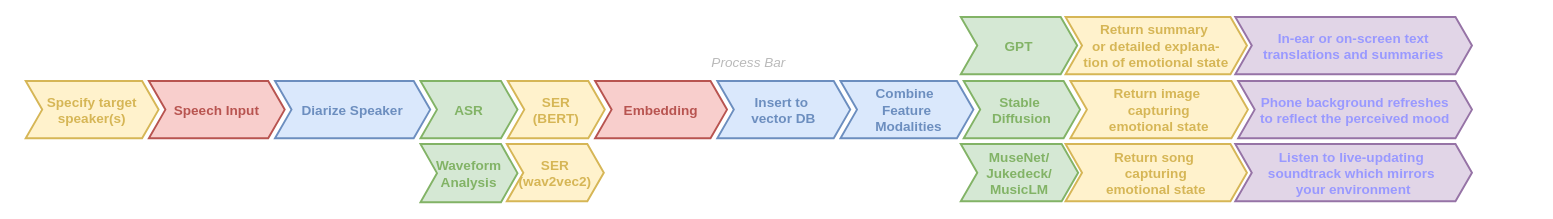
Before: concept.drawio in jackgray/voxemo, a draw.io diagram. Source tidied: cells renumbered, new cells numbered last; positions are measured from the earlier drawing's top-left corner, leaving out a move shared by most shapes. Both pictures are drawn from the tidied source at 97%, with x=0, y=0 at pixel (16, 16).
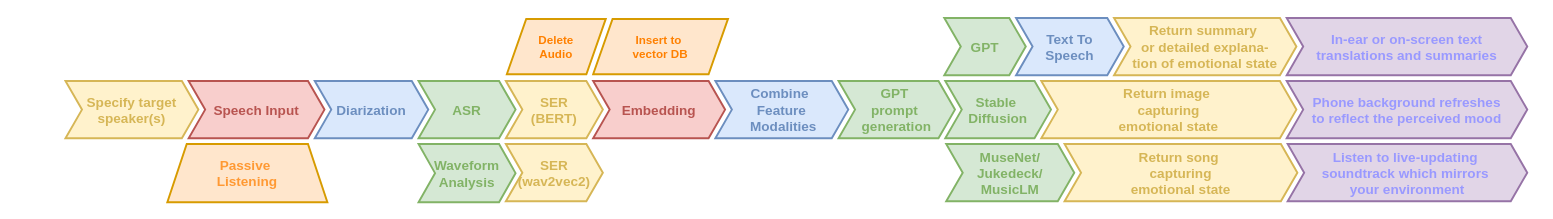
The same diagram, later.

Diff of the diagram source:
```diff
@@
-    <mxCell id="2" value="Process Bar" style="swimlane;fontStyle=2;horizontal=1;startSize=20;fillColor=none;swimlaneFillColor=none;strokeColor=none;fontFamily=Helvetica;fontSize=14;fontColor=#BABABA;verticalAlign=middle;stackBorder=10;" parent="1" vertex="1">
-      <mxGeometry y="36" width="1511" height="99" as="geometry" />
+    <mxCell id="2" style="swimlane;fontStyle=2;horizontal=1;startSize=20;fillColor=none;swimlaneFillColor=none;strokeColor=none;fontFamily=Helvetica;fontSize=14;fontColor=#BABABA;verticalAlign=middle;stackBorder=10;" parent="1" vertex="1">
+      <mxGeometry x="41" y="36" width="1527" height="99" as="geometry" />
     </mxCell>
@@
-    <mxCell id="5" value="Diarize Speaker" style="shape=step;perimeter=stepPerimeter;strokeColor=#6C8EBF;fontFamily=Helvetica;fontSize=14;fontColor=#6C8EBF;fillColor=#dae8fc;fixedSize=1;size=17;fontStyle=1;strokeWidth=2;spacingTop=0;" parent="2" vertex="1">
-      <mxGeometry x="267" y="30" width="160" height="59" as="geometry" />
+    <mxCell id="5" value="Diarization" style="shape=step;perimeter=stepPerimeter;strokeColor=#6C8EBF;fontFamily=Helvetica;fontSize=14;fontColor=#6C8EBF;fillColor=#dae8fc;fixedSize=1;size=17;fontStyle=1;strokeWidth=2;spacingTop=0;" parent="2" vertex="1">
+      <mxGeometry x="267" y="30" width="117" height="59" as="geometry" />
     </mxCell>
     <mxCell id="6" value="ASR" style="shape=step;perimeter=stepPerimeter;strokeColor=#82B366;fontFamily=Helvetica;fontSize=14;fontColor=#82B366;fillColor=#d5e8d4;fixedSize=1;size=17;fontStyle=1;strokeWidth=2;spacingTop=0;" parent="2" vertex="1">
-      <mxGeometry x="417" y="30" width="100" height="59" as="geometry" />
+      <mxGeometry x="374" y="30" width="100" height="59" as="geometry" />
     </mxCell>
     <mxCell id="7" value="SER&#10;(BERT)" style="shape=step;perimeter=stepPerimeter;strokeColor=#D6B656;fontFamily=Helvetica;fontSize=14;fontColor=#D6B656;fillColor=#fff2cc;fixedSize=1;size=17;fontStyle=1;strokeWidth=2;spacingTop=0;" parent="2" vertex="1">
-      <mxGeometry x="507" y="30" width="100" height="59" as="geometry" />
+      <mxGeometry x="464" y="30" width="100" height="59" as="geometry" />
     </mxCell>
     <mxCell id="8" value="Embedding" style="shape=step;perimeter=stepPerimeter;strokeColor=#B85450;fontFamily=Helvetica;fontSize=14;fontColor=#B85450;fillColor=#f8cecc;fixedSize=1;size=17;fontStyle=1;strokeWidth=2;spacingTop=0;" parent="2" vertex="1">
-      <mxGeometry x="597" y="30" width="136" height="59" as="geometry" />
+      <mxGeometry x="554" y="30" width="136" height="59" as="geometry" />
     </mxCell>
-    <mxCell id="9" value="Insert to &#10;vector DB" style="shape=step;perimeter=stepPerimeter;strokeColor=#6C8EBF;fontFamily=Helvetica;fontSize=14;fontColor=#6C8EBF;fillColor=#dae8fc;fixedSize=1;size=17;fontStyle=1;strokeWidth=2;spacingTop=0;" parent="2" vertex="1">
-      <mxGeometry x="723" y="30" width="137" height="59" as="geometry" />
-    </mxCell>
     <mxCell id="10" value="Combine &#10;Feature&#10; Modalities" style="shape=step;perimeter=stepPerimeter;strokeColor=#6C8EBF;fontFamily=Helvetica;fontSize=14;fontColor=#6C8EBF;fillColor=#dae8fc;fixedSize=1;size=17;fontStyle=1;strokeWidth=2;spacingTop=0;" parent="2" vertex="1">
-      <mxGeometry x="850" y="30" width="137" height="59" as="geometry" />
+      <mxGeometry x="680" y="30" width="137" height="59" as="geometry" />
     </mxCell>
+    <mxCell id="15" value="GPT &#10;prompt &#10;generation" style="shape=step;perimeter=stepPerimeter;strokeColor=#82B366;fontFamily=Helvetica;fontSize=14;fontColor=#82B366;fillColor=#d5e8d4;fixedSize=1;size=17;fontStyle=1;strokeWidth=2;spacingTop=0;" parent="2" vertex="1">
+      <mxGeometry x="807" y="30" width="120" height="59" as="geometry" />
+    </mxCell>
     <mxCell id="11" value="Stable &#10;Diffusion" style="shape=step;perimeter=stepPerimeter;strokeColor=#82B366;fontFamily=Helvetica;fontSize=14;fontColor=#82B366;fillColor=#d5e8d4;fixedSize=1;size=17;fontStyle=1;strokeWidth=2;spacingTop=0;" parent="2" vertex="1">
-      <mxGeometry x="977" y="30" width="120" height="59" as="geometry" />
+      <mxGeometry x="917" y="30" width="109" height="59" as="geometry" />
     </mxCell>
     <mxCell id="12" value="Return image &#10;capturing&#10;emotional state" style="shape=step;perimeter=stepPerimeter;strokeColor=#D6B656;fontFamily=Helvetica;fontSize=14;fontColor=#D6B656;fillColor=#fff2cc;fixedSize=1;size=17;fontStyle=1;strokeWidth=2;spacingTop=0;" parent="2" vertex="1">
-      <mxGeometry x="1087" y="30" width="183" height="59" as="geometry" />
+      <mxGeometry x="1016" y="30" width="263" height="59" as="geometry" />
     </mxCell>
     <mxCell id="13" value="Phone background refreshes&#10;to reflect the perceived mood" style="shape=step;perimeter=stepPerimeter;strokeColor=#9673a6;fontFamily=Helvetica;fontSize=14;fillColor=#e1d5e7;fixedSize=1;size=17;fontStyle=1;strokeWidth=2;spacingTop=0;fontColor=#9999FF;" parent="2" vertex="1">
-      <mxGeometry x="1260" y="30" width="241" height="59" as="geometry" />
+      <mxGeometry x="1269" y="30" width="248" height="59" as="geometry" />
     </mxCell>
     <mxCell id="14" value="Waveform&#10;Analysis" style="shape=step;perimeter=stepPerimeter;strokeColor=#82B366;fontFamily=Helvetica;fontSize=14;fontColor=#82B366;fillColor=#d5e8d4;fixedSize=1;size=17;fontStyle=1;strokeWidth=2;spacingTop=0;" parent="1" vertex="1">
-      <mxGeometry x="417" y="131" width="100" height="60" as="geometry" />
+      <mxGeometry x="415" y="131" width="100" height="60" as="geometry" />
     </mxCell>
-    <mxCell id="15" value="GPT" style="shape=step;perimeter=stepPerimeter;strokeColor=#82B366;fontFamily=Helvetica;fontSize=14;fontColor=#82B366;fillColor=#d5e8d4;fixedSize=1;size=17;fontStyle=1;strokeWidth=2;spacingTop=0;" parent="1" vertex="1">
-      <mxGeometry x="974" width="120" height="59" as="geometry" />
-    </mxCell>
     <mxCell id="16" value="MuseNet/&#10;Jukedeck/&#10;MusicLM" style="shape=step;perimeter=stepPerimeter;strokeColor=#82B366;fontFamily=Helvetica;fontSize=14;fontColor=#82B366;fillColor=#d5e8d4;fixedSize=1;size=17;fontStyle=1;strokeWidth=2;spacingTop=0;" parent="1" vertex="1">
-      <mxGeometry x="974" y="131" width="121" height="59" as="geometry" />
+      <mxGeometry x="959" y="131" width="132" height="59" as="geometry" />
     </mxCell>
     <mxCell id="17" value="Return summary &#10;or detailed explana-&#10;tion of emotional state" style="shape=step;perimeter=stepPerimeter;strokeColor=#D6B656;fontFamily=Helvetica;fontSize=14;fontColor=#D6B656;fillColor=#fff2cc;fixedSize=1;size=17;fontStyle=1;strokeWidth=2;spacingTop=0;" parent="1" vertex="1">
-      <mxGeometry x="1082" width="187" height="59" as="geometry" />
+      <mxGeometry x="1132" y="1" width="188" height="59" as="geometry" />
     </mxCell>
     <mxCell id="18" value="Return song &#10;capturing&#10;emotional state" style="shape=step;perimeter=stepPerimeter;strokeColor=#D6B656;fontFamily=Helvetica;fontSize=14;fontColor=#D6B656;fillColor=#fff2cc;fixedSize=1;size=17;fontStyle=1;strokeWidth=2;spacingTop=0;" parent="1" vertex="1">
-      <mxGeometry x="1082" y="131" width="187" height="59" as="geometry" />
+      <mxGeometry x="1081" y="131" width="240" height="59" as="geometry" />
     </mxCell>
     <mxCell id="19" value="Listen to live-updating &#10;soundtrack which mirrors &#10;your environment" style="shape=step;perimeter=stepPerimeter;strokeColor=#9673a6;fontFamily=Helvetica;fontSize=14;fillColor=#e1d5e7;fixedSize=1;size=17;fontStyle=1;strokeWidth=2;spacingTop=0;fontColor=#9999FF;" parent="1" vertex="1">
-      <mxGeometry x="1257" y="131" width="244" height="59" as="geometry" />
+      <mxGeometry x="1311" y="131" width="247" height="59" as="geometry" />
     </mxCell>
     <mxCell id="20" value="In-ear or on-screen text&#10;translations and summaries" style="shape=step;perimeter=stepPerimeter;strokeColor=#9673a6;fontFamily=Helvetica;fontSize=14;fillColor=#e1d5e7;fixedSize=1;size=17;fontStyle=1;strokeWidth=2;spacingTop=0;fontColor=#9999FF;" parent="1" vertex="1">
-      <mxGeometry x="1257" width="244" height="59" as="geometry" />
+      <mxGeometry x="1310" y="1" width="248" height="59" as="geometry" />
     </mxCell>
     <mxCell id="21" value="SER&#10;(wav2vec2)" style="shape=step;perimeter=stepPerimeter;strokeColor=#D6B656;fontFamily=Helvetica;fontSize=14;fontColor=#D6B656;fillColor=#fff2cc;fixedSize=1;size=17;fontStyle=1;strokeWidth=2;spacingTop=0;" parent="1" vertex="1">
-      <mxGeometry x="506" y="131" width="100" height="59" as="geometry" />
+      <mxGeometry x="505" y="131" width="100" height="59" as="geometry" />
     </mxCell>
+    <mxCell id="22" value="GPT" style="shape=step;perimeter=stepPerimeter;strokeColor=#82B366;fontFamily=Helvetica;fontSize=14;fontColor=#82B366;fillColor=#d5e8d4;fixedSize=1;size=17;fontStyle=1;strokeWidth=2;spacingTop=0;" parent="1" vertex="1">
+      <mxGeometry x="957" y="1" width="84" height="59" as="geometry" />
+    </mxCell>
+    <mxCell id="23" value="&lt;font color=&quot;#ff9933&quot; size=&quot;1&quot;&gt;&lt;b style=&quot;font-size: 14px;&quot;&gt;Passive&amp;nbsp;&lt;/b&gt;&lt;/font&gt;&lt;div&gt;&lt;font color=&quot;#ff9933&quot; size=&quot;1&quot;&gt;&lt;b style=&quot;font-size: 14px;&quot;&gt;Listening&lt;/b&gt;&lt;/font&gt;&lt;/div&gt;" style="shape=trapezoid;perimeter=trapezoidPerimeter;whiteSpace=wrap;html=1;fixedSize=1;fillColor=#ffe6cc;strokeColor=#d79b00;strokeWidth=2;" parent="1" vertex="1">
+      <mxGeometry x="156" y="131" width="165" height="60" as="geometry" />
+    </mxCell>
+    <mxCell id="24" value="&lt;b&gt;&lt;font color=&quot;#ff8000&quot;&gt;Delete&lt;/font&gt;&lt;/b&gt;&lt;div&gt;&lt;b&gt;&lt;font color=&quot;#ff8000&quot;&gt;Audio&lt;/font&gt;&lt;/b&gt;&lt;/div&gt;" style="shape=parallelogram;perimeter=parallelogramPerimeter;whiteSpace=wrap;html=1;fixedSize=1;fillColor=#ffe6cc;strokeColor=#d79b00;strokeWidth=2;" parent="1" vertex="1">
+      <mxGeometry x="506" y="2" width="102" height="57" as="geometry" />
+    </mxCell>
+    <mxCell id="9" value="&lt;font color=&quot;#ff8000&quot;&gt;&lt;b&gt;Insert to&amp;nbsp;&lt;/b&gt;&lt;/font&gt;&lt;div&gt;&lt;font color=&quot;#ff8000&quot;&gt;&lt;b&gt;vector DB&lt;/b&gt;&lt;/font&gt;&lt;/div&gt;" style="shape=parallelogram;perimeter=parallelogramPerimeter;whiteSpace=wrap;html=1;fixedSize=1;fillColor=#ffe6cc;strokeColor=#d79b00;strokeWidth=2;" parent="1" vertex="1">
+      <mxGeometry x="595" y="2" width="139" height="57" as="geometry" />
+    </mxCell>
+    <mxCell id="25" value="Text To&#10;Speech" style="shape=step;perimeter=stepPerimeter;strokeColor=#6C8EBF;fontFamily=Helvetica;fontSize=14;fontColor=#6C8EBF;fillColor=#dae8fc;fixedSize=1;size=17;fontStyle=1;strokeWidth=2;spacingTop=0;" parent="1" vertex="1">
+      <mxGeometry x="1031" y="1" width="111" height="59" as="geometry" />
+    </mxCell>
```
